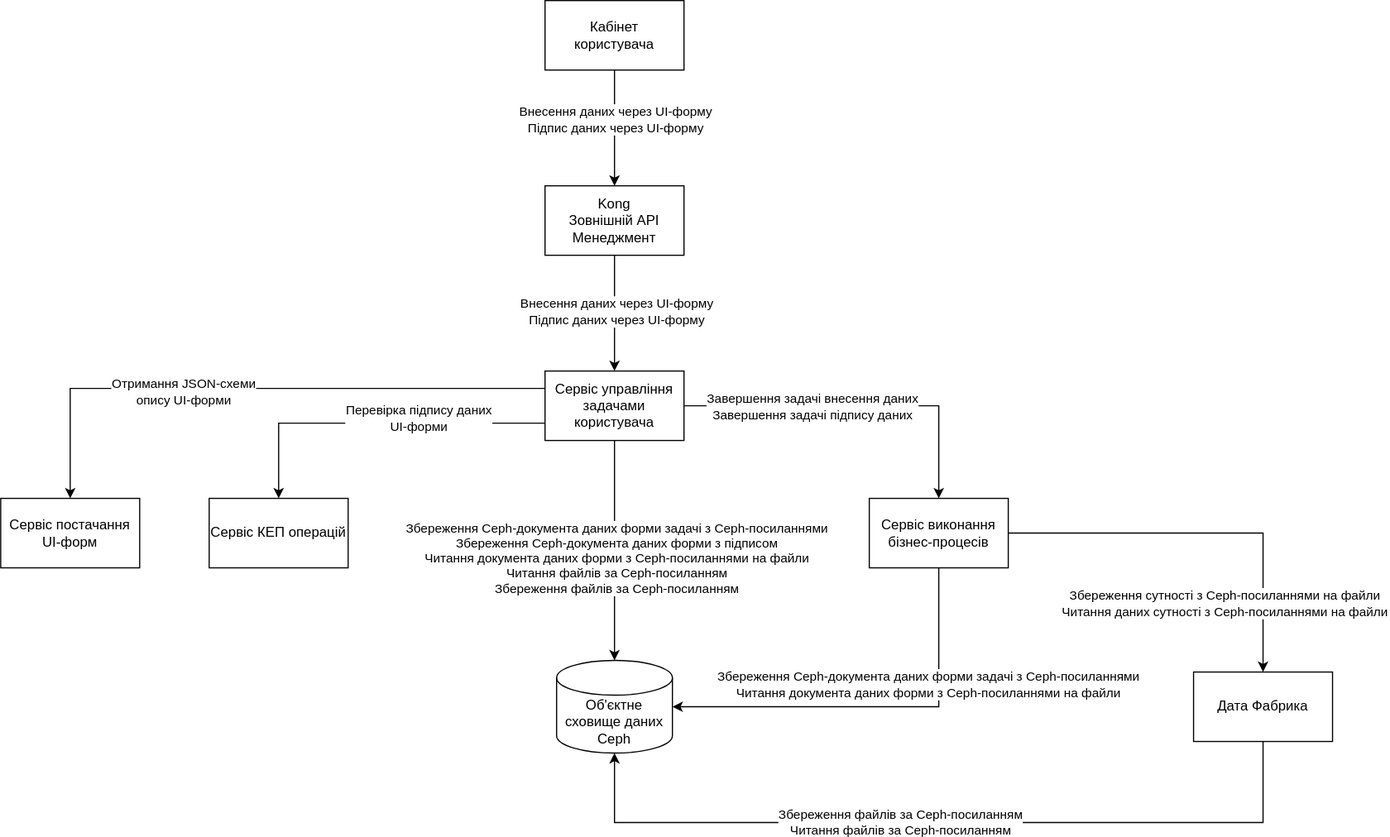
epam/edp-ddm-architecture keeps this draw.io diagram as modules/ROOT/images/lowcode/file-management.svg. Above is the earlier version. Source tidied: cells renumbered, new cells last; positions are measured from the earlier drawing's top-left corner, leaving out a move shared by most shapes. The source it was exported from:
```xml
<mxGraphModel>
  <root>
    <mxCell id="0" />
    <mxCell id="1" parent="0" />
    <mxCell id="2" style="edgeStyle=orthogonalEdgeStyle;rounded=0;sketch=0;jumpStyle=arc;jumpSize=14;jettySize=auto;html=1;shadow=0;exitX=1;exitY=0.5;exitDx=0;exitDy=0;" parent="1" edge="1" source="6" target="27">
      <mxGeometry relative="1" as="geometry" />
    </mxCell>
    <mxCell id="3" value="Збереження сутності з Ceph-посиланнями на файли&lt;br&gt;Читання даних сутності з Ceph-посиланнями на файли" style="edgeLabel;html=1;align=center;verticalAlign=middle;" parent="2" vertex="1">
      <mxGeometry x="-0.08" y="1" relative="1" as="geometry">
        <mxPoint x="30" y="61" as="offset" />
      </mxGeometry>
    </mxCell>
    <mxCell id="4" style="edgeStyle=orthogonalEdgeStyle;rounded=0;sketch=0;jumpStyle=arc;jumpSize=14;jettySize=auto;html=1;entryX=1;entryY=0.5;entryDx=0;entryDy=0;entryPerimeter=0;shadow=0;exitX=0.5;exitY=1;exitDx=0;exitDy=0;" parent="1" edge="1" source="6" target="13">
      <mxGeometry relative="1" as="geometry" />
    </mxCell>
    <mxCell id="5" value="Збереження Ceph-документа даних форми задачі з Ceph-посиланнями&lt;br&gt;Читання документа даних форми з Ceph-посиланнями на файли" style="edgeLabel;html=1;align=center;verticalAlign=middle;" parent="4" vertex="1">
      <mxGeometry x="0.18" y="-2" relative="1" as="geometry">
        <mxPoint x="76" y="-18" as="offset" />
      </mxGeometry>
    </mxCell>
    <mxCell id="6" value="Сервіс виконання бізнес-процесів" style="rounded=0;whiteSpace=wrap;html=1;fontColor=#000000;" parent="1" vertex="1">
      <mxGeometry x="750" y="430" width="120" height="60" as="geometry" />
    </mxCell>
    <mxCell id="7" style="edgeStyle=orthogonalEdgeStyle;rounded=0;sketch=0;jumpStyle=arc;jumpSize=14;jettySize=auto;html=1;shadow=0;" parent="1" edge="1" source="9" target="23">
      <mxGeometry relative="1" as="geometry" />
    </mxCell>
    <mxCell id="8" value="Внесення даних через UI-форму&lt;br&gt;Підпис даних через UI-форму" style="edgeLabel;html=1;align=center;verticalAlign=middle;" parent="7" vertex="1">
      <mxGeometry x="-0.04" y="1" relative="1" as="geometry" />
    </mxCell>
    <mxCell id="9" value="Kong&lt;br&gt;Зовнішній API Менеджмент" style="rounded=0;whiteSpace=wrap;html=1;fontColor=#000000;" parent="1" vertex="1">
      <mxGeometry x="470" y="160" width="120" height="60" as="geometry" />
    </mxCell>
    <mxCell id="10" style="edgeStyle=orthogonalEdgeStyle;rounded=0;sketch=0;jumpStyle=arc;jumpSize=6;jettySize=auto;html=1;shadow=0;" parent="1" edge="1" source="12" target="9">
      <mxGeometry relative="1" as="geometry" />
    </mxCell>
    <mxCell id="11" value="Внесення даних через UI-форму&lt;br&gt;Підпис даних через UI-форму" style="edgeLabel;html=1;align=center;verticalAlign=middle;" parent="10" vertex="1">
      <mxGeometry x="-0.16" relative="1" as="geometry" />
    </mxCell>
    <mxCell id="12" value="Кабінет &lt;br&gt;користувача" style="rounded=0;whiteSpace=wrap;html=1;fontColor=#000000;" parent="1" vertex="1">
      <mxGeometry x="470" width="120" height="60" as="geometry" />
    </mxCell>
    <mxCell id="13" value="Об'єктне сховище даних&lt;br&gt;Ceph" style="shape=cylinder3;whiteSpace=wrap;html=1;boundedLbl=1;backgroundOutline=1;size=15;fontColor=#000000;" parent="1" vertex="1">
      <mxGeometry x="480" y="570" width="100" height="80" as="geometry" />
    </mxCell>
    <mxCell id="14" value="Сервіс постачання UI-форм" style="rounded=0;whiteSpace=wrap;html=1;fontColor=#000000;" parent="1" vertex="1">
      <mxGeometry y="430" width="120" height="60" as="geometry" />
    </mxCell>
    <mxCell id="15" style="edgeStyle=orthogonalEdgeStyle;rounded=0;sketch=0;jumpStyle=arc;jumpSize=14;jettySize=auto;html=1;shadow=0;exitX=0;exitY=0.25;exitDx=0;exitDy=0;" parent="1" edge="1" source="23" target="14">
      <mxGeometry relative="1" as="geometry" />
    </mxCell>
    <mxCell id="16" value="Отримання JSON-схеми&lt;br&gt;опису UI-форми" style="edgeLabel;html=1;align=center;verticalAlign=middle;" parent="15" vertex="1">
      <mxGeometry x="-0.03" y="2" relative="1" as="geometry">
        <mxPoint x="-68" as="offset" />
      </mxGeometry>
    </mxCell>
    <mxCell id="17" style="edgeStyle=orthogonalEdgeStyle;rounded=0;sketch=0;jumpStyle=arc;jumpSize=14;jettySize=auto;html=1;shadow=0;exitX=0;exitY=0.75;exitDx=0;exitDy=0;" parent="1" edge="1" source="23" target="24">
      <mxGeometry relative="1" as="geometry" />
    </mxCell>
    <mxCell id="18" value="Перевірка підпису даних&lt;br&gt;UI-форми" style="edgeLabel;html=1;align=center;verticalAlign=middle;" parent="17" vertex="1">
      <mxGeometry x="-0.13" y="-1" relative="1" as="geometry">
        <mxPoint x="18" y="-4" as="offset" />
      </mxGeometry>
    </mxCell>
    <mxCell id="19" style="edgeStyle=orthogonalEdgeStyle;rounded=0;sketch=0;jumpStyle=arc;jumpSize=14;jettySize=auto;html=1;entryX=0.5;entryY=0;entryDx=0;entryDy=0;entryPerimeter=0;shadow=0;" parent="1" edge="1" source="23" target="13">
      <mxGeometry relative="1" as="geometry" />
    </mxCell>
    <mxCell id="20" value="Збереження Ceph-документа даних форми задачі з Ceph-посиланнями&lt;br&gt;Збереження Ceph-документа даних форми з підписом&lt;br&gt;Читання документа даних форми з Ceph-посиланнями на файли&lt;br&gt;Читання файлів за Ceph-посиланням&lt;br&gt;Збереження файлів за Ceph-посиланням" style="edgeLabel;html=1;align=center;verticalAlign=middle;" parent="19" vertex="1">
      <mxGeometry x="0.06" y="1" relative="1" as="geometry" />
    </mxCell>
    <mxCell id="21" style="edgeStyle=orthogonalEdgeStyle;rounded=0;sketch=0;jumpStyle=arc;jumpSize=14;jettySize=auto;html=1;shadow=0;exitX=1;exitY=0.5;exitDx=0;exitDy=0;" parent="1" edge="1" source="23" target="6">
      <mxGeometry relative="1" as="geometry" />
    </mxCell>
    <mxCell id="22" value="Завершення задачі внесення даних&lt;br&gt;Завершення задачі підпису даних" style="edgeLabel;html=1;align=center;verticalAlign=middle;" parent="21" vertex="1">
      <mxGeometry x="0.32" y="-1" relative="1" as="geometry">
        <mxPoint x="-88" y="-1" as="offset" />
      </mxGeometry>
    </mxCell>
    <mxCell id="23" value="Сервіс управління задачами користувача" style="rounded=0;whiteSpace=wrap;html=1;fontColor=#000000;" parent="1" vertex="1">
      <mxGeometry x="470" y="320" width="120" height="60" as="geometry" />
    </mxCell>
    <mxCell id="24" value="Сервіс КЕП операцій" style="rounded=0;whiteSpace=wrap;html=1;fontColor=#000000;" parent="1" vertex="1">
      <mxGeometry x="180" y="430" width="120" height="60" as="geometry" />
    </mxCell>
    <mxCell id="25" style="edgeStyle=orthogonalEdgeStyle;rounded=0;sketch=0;jumpStyle=arc;jumpSize=14;jettySize=auto;html=1;entryX=0.5;entryY=1;entryDx=0;entryDy=0;entryPerimeter=0;shadow=0;exitX=0.5;exitY=1;exitDx=0;exitDy=0;" parent="1" edge="1" source="27" target="13">
      <mxGeometry relative="1" as="geometry">
        <Array as="points">
          <mxPoint x="1090" y="710" />
          <mxPoint x="530" y="710" />
        </Array>
      </mxGeometry>
    </mxCell>
    <mxCell id="26" value="Збереження файлів за Ceph-посиланням&lt;br&gt;Читання файлів за Ceph-посиланням" style="edgeLabel;html=1;align=center;verticalAlign=middle;" parent="25" vertex="1">
      <mxGeometry x="0.11" y="-1" relative="1" as="geometry" />
    </mxCell>
    <mxCell id="27" value="Дата Фабрика" style="rounded=0;whiteSpace=wrap;html=1;fontColor=#000000;" parent="1" vertex="1">
      <mxGeometry x="1030" y="580" width="120" height="60" as="geometry" />
    </mxCell>
  </root>
</mxGraphModel>
```
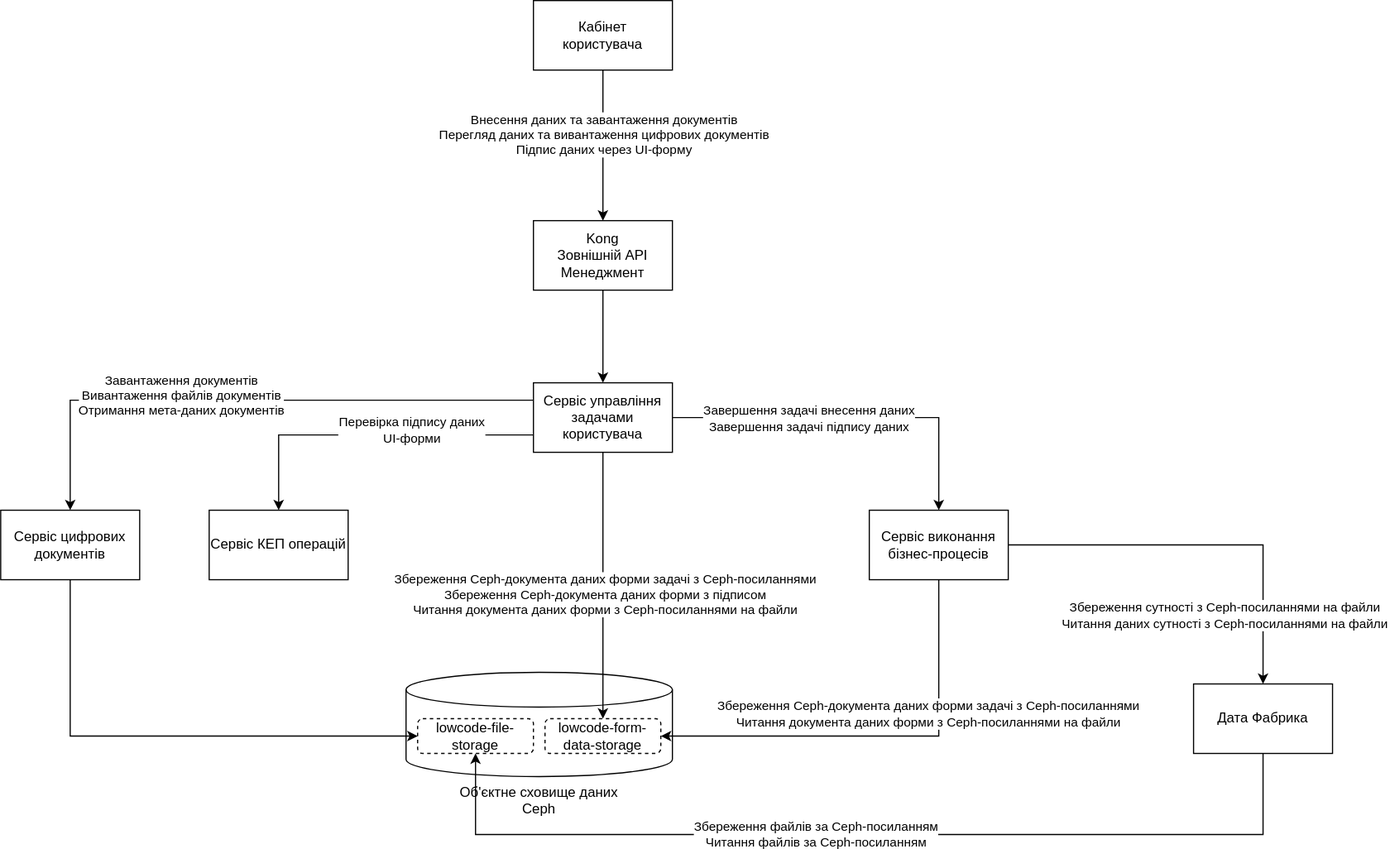
The same diagram one commit later.

What changed in the source:
```diff
@@ -10,47 +10,43 @@
         <mxPoint x="30" y="61" as="offset" />
       </mxGeometry>
     </mxCell>
-    <mxCell id="4" style="edgeStyle=orthogonalEdgeStyle;rounded=0;sketch=0;jumpStyle=arc;jumpSize=14;jettySize=auto;html=1;entryX=1;entryY=0.5;entryDx=0;entryDy=0;entryPerimeter=0;shadow=0;exitX=0.5;exitY=1;exitDx=0;exitDy=0;" parent="1" edge="1" source="6" target="13">
-      <mxGeometry relative="1" as="geometry" />
-    </mxCell>
-    <mxCell id="5" value="Збереження Ceph-документа даних форми задачі з Ceph-посиланнями&lt;br&gt;Читання документа даних форми з Ceph-посиланнями на файли" style="edgeLabel;html=1;align=center;verticalAlign=middle;" parent="4" vertex="1">
-      <mxGeometry x="0.18" y="-2" relative="1" as="geometry">
-        <mxPoint x="76" y="-18" as="offset" />
-      </mxGeometry>
-    </mxCell>
     <mxCell id="6" value="Сервіс виконання бізнес-процесів" style="rounded=0;whiteSpace=wrap;html=1;fontColor=#000000;" parent="1" vertex="1">
       <mxGeometry x="750" y="430" width="120" height="60" as="geometry" />
     </mxCell>
     <mxCell id="7" style="edgeStyle=orthogonalEdgeStyle;rounded=0;sketch=0;jumpStyle=arc;jumpSize=14;jettySize=auto;html=1;shadow=0;" parent="1" edge="1" source="9" target="23">
       <mxGeometry relative="1" as="geometry" />
     </mxCell>
-    <mxCell id="8" value="Внесення даних через UI-форму&lt;br&gt;Підпис даних через UI-форму" style="edgeLabel;html=1;align=center;verticalAlign=middle;" parent="7" vertex="1">
-      <mxGeometry x="-0.04" y="1" relative="1" as="geometry" />
-    </mxCell>
     <mxCell id="9" value="Kong&lt;br&gt;Зовнішній API Менеджмент" style="rounded=0;whiteSpace=wrap;html=1;fontColor=#000000;" parent="1" vertex="1">
-      <mxGeometry x="470" y="160" width="120" height="60" as="geometry" />
+      <mxGeometry x="460" y="180" width="120" height="60" as="geometry" />
     </mxCell>
-    <mxCell id="10" style="edgeStyle=orthogonalEdgeStyle;rounded=0;sketch=0;jumpStyle=arc;jumpSize=6;jettySize=auto;html=1;shadow=0;" parent="1" edge="1" source="12" target="9">
+    <mxCell id="10" style="edgeStyle=orthogonalEdgeStyle;rounded=0;sketch=0;jumpStyle=arc;jumpSize=6;jettySize=auto;html=1;shadow=0;exitX=0.5;exitY=1;exitDx=0;exitDy=0;" parent="1" edge="1" source="12" target="9">
       <mxGeometry relative="1" as="geometry" />
     </mxCell>
-    <mxCell id="11" value="Внесення даних через UI-форму&lt;br&gt;Підпис даних через UI-форму" style="edgeLabel;html=1;align=center;verticalAlign=middle;" parent="10" vertex="1">
+    <mxCell id="11" value="Внесення даних та завантаження документів&lt;br&gt;Перегляд даних та вивантаження цифрових документів&lt;br&gt;Підпис даних через UI-форму" style="edgeLabel;html=1;align=center;verticalAlign=middle;" parent="10" vertex="1">
       <mxGeometry x="-0.16" relative="1" as="geometry" />
     </mxCell>
     <mxCell id="12" value="Кабінет &lt;br&gt;користувача" style="rounded=0;whiteSpace=wrap;html=1;fontColor=#000000;" parent="1" vertex="1">
-      <mxGeometry x="470" width="120" height="60" as="geometry" />
+      <mxGeometry x="460" y="-10" width="120" height="60" as="geometry" />
     </mxCell>
-    <mxCell id="13" value="Об'єктне сховище даних&lt;br&gt;Ceph" style="shape=cylinder3;whiteSpace=wrap;html=1;boundedLbl=1;backgroundOutline=1;size=15;fontColor=#000000;" parent="1" vertex="1">
-      <mxGeometry x="480" y="570" width="100" height="80" as="geometry" />
+    <mxCell id="13" value="Об'єктне сховище даних&lt;br&gt;Ceph" style="shape=cylinder3;whiteSpace=wrap;html=1;boundedLbl=1;backgroundOutline=1;size=15;fontColor=#000000;verticalAlign=top;labelPosition=center;verticalLabelPosition=bottom;align=center;" parent="1" vertex="1">
+      <mxGeometry x="350" y="570" width="230" height="90" as="geometry" />
     </mxCell>
+    <mxCell id="28" style="edgeStyle=orthogonalEdgeStyle;rounded=0;jettySize=auto;html=1;entryX=0;entryY=0.5;entryDx=0;entryDy=0;" parent="1" edge="1" source="14" target="29">
+      <mxGeometry relative="1" as="geometry">
+        <Array as="points">
+          <mxPoint x="60" y="625" />
+        </Array>
+      </mxGeometry>
+    </mxCell>
-    <mxCell id="14" value="Сервіс постачання UI-форм" style="rounded=0;whiteSpace=wrap;html=1;fontColor=#000000;" parent="1" vertex="1">
+    <mxCell id="14" value="Сервіс цифрових документів" style="rounded=0;whiteSpace=wrap;html=1;fontColor=#000000;" parent="1" vertex="1">
       <mxGeometry y="430" width="120" height="60" as="geometry" />
     </mxCell>
     <mxCell id="15" style="edgeStyle=orthogonalEdgeStyle;rounded=0;sketch=0;jumpStyle=arc;jumpSize=14;jettySize=auto;html=1;shadow=0;exitX=0;exitY=0.25;exitDx=0;exitDy=0;" parent="1" edge="1" source="23" target="14">
       <mxGeometry relative="1" as="geometry" />
     </mxCell>
-    <mxCell id="16" value="Отримання JSON-схеми&lt;br&gt;опису UI-форми" style="edgeLabel;html=1;align=center;verticalAlign=middle;" parent="15" vertex="1">
+    <mxCell id="16" value="Завантаження документів&lt;br&gt;Вивантаження файлів документів&lt;br&gt;Отримання мета-даних документів" style="edgeLabel;html=1;align=center;verticalAlign=middle;" parent="15" vertex="1">
       <mxGeometry x="-0.03" y="2" relative="1" as="geometry">
-        <mxPoint x="-68" as="offset" />
+        <mxPoint x="-65" y="-7" as="offset" />
       </mxGeometry>
     </mxCell>
     <mxCell id="17" style="edgeStyle=orthogonalEdgeStyle;rounded=0;sketch=0;jumpStyle=arc;jumpSize=14;jettySize=auto;html=1;shadow=0;exitX=0;exitY=0.75;exitDx=0;exitDy=0;" parent="1" edge="1" source="23" target="24">
@@ -61,10 +57,10 @@
         <mxPoint x="18" y="-4" as="offset" />
       </mxGeometry>
     </mxCell>
-    <mxCell id="19" style="edgeStyle=orthogonalEdgeStyle;rounded=0;sketch=0;jumpStyle=arc;jumpSize=14;jettySize=auto;html=1;entryX=0.5;entryY=0;entryDx=0;entryDy=0;entryPerimeter=0;shadow=0;" parent="1" edge="1" source="23" target="13">
+    <mxCell id="19" style="edgeStyle=orthogonalEdgeStyle;rounded=0;sketch=0;jumpStyle=arc;jumpSize=14;jettySize=auto;html=1;shadow=0;" parent="1" edge="1" source="23" target="30">
       <mxGeometry relative="1" as="geometry" />
     </mxCell>
-    <mxCell id="20" value="Збереження Ceph-документа даних форми задачі з Ceph-посиланнями&lt;br&gt;Збереження Ceph-документа даних форми з підписом&lt;br&gt;Читання документа даних форми з Ceph-посиланнями на файли&lt;br&gt;Читання файлів за Ceph-посиланням&lt;br&gt;Збереження файлів за Ceph-посиланням" style="edgeLabel;html=1;align=center;verticalAlign=middle;" parent="19" vertex="1">
+    <mxCell id="20" value="Збереження Ceph-документа даних форми задачі з Ceph-посиланнями&lt;br&gt;Збереження Ceph-документа даних форми з підписом&lt;br&gt;Читання документа даних форми з Ceph-посиланнями на файли" style="edgeLabel;html=1;align=center;verticalAlign=middle;" parent="19" vertex="1">
       <mxGeometry x="0.06" y="1" relative="1" as="geometry" />
     </mxCell>
     <mxCell id="21" style="edgeStyle=orthogonalEdgeStyle;rounded=0;sketch=0;jumpStyle=arc;jumpSize=14;jettySize=auto;html=1;shadow=0;exitX=1;exitY=0.5;exitDx=0;exitDy=0;" parent="1" edge="1" source="23" target="6">
@@ -76,16 +72,16 @@
       </mxGeometry>
     </mxCell>
     <mxCell id="23" value="Сервіс управління задачами користувача" style="rounded=0;whiteSpace=wrap;html=1;fontColor=#000000;" parent="1" vertex="1">
-      <mxGeometry x="470" y="320" width="120" height="60" as="geometry" />
+      <mxGeometry x="460" y="320" width="120" height="60" as="geometry" />
     </mxCell>
     <mxCell id="24" value="Сервіс КЕП операцій" style="rounded=0;whiteSpace=wrap;html=1;fontColor=#000000;" parent="1" vertex="1">
       <mxGeometry x="180" y="430" width="120" height="60" as="geometry" />
     </mxCell>
-    <mxCell id="25" style="edgeStyle=orthogonalEdgeStyle;rounded=0;sketch=0;jumpStyle=arc;jumpSize=14;jettySize=auto;html=1;entryX=0.5;entryY=1;entryDx=0;entryDy=0;entryPerimeter=0;shadow=0;exitX=0.5;exitY=1;exitDx=0;exitDy=0;" parent="1" edge="1" source="27" target="13">
+    <mxCell id="25" style="edgeStyle=orthogonalEdgeStyle;rounded=0;sketch=0;jumpStyle=arc;jumpSize=14;jettySize=auto;html=1;entryX=0.5;entryY=1;entryDx=0;entryDy=0;shadow=0;exitX=0.5;exitY=1;exitDx=0;exitDy=0;" parent="1" edge="1" source="27" target="29">
       <mxGeometry relative="1" as="geometry">
         <Array as="points">
           <mxPoint x="1090" y="710" />
-          <mxPoint x="530" y="710" />
+          <mxPoint x="410" y="710" />
         </Array>
       </mxGeometry>
     </mxCell>
@@ -95,5 +91,19 @@
     <mxCell id="27" value="Дата Фабрика" style="rounded=0;whiteSpace=wrap;html=1;fontColor=#000000;" parent="1" vertex="1">
       <mxGeometry x="1030" y="580" width="120" height="60" as="geometry" />
     </mxCell>
+    <mxCell id="29" value="lowcode-file-storage" style="rounded=1;whiteSpace=wrap;html=1;verticalAlign=middle;dashed=1;" parent="1" vertex="1">
+      <mxGeometry x="360" y="610" width="100" height="30" as="geometry" />
+    </mxCell>
+    <mxCell id="30" value="lowcode-form-data-storage" style="rounded=1;whiteSpace=wrap;html=1;verticalAlign=middle;dashed=1;" parent="1" vertex="1">
+      <mxGeometry x="470" y="610" width="100" height="30" as="geometry" />
+    </mxCell>
+    <mxCell id="4" style="edgeStyle=orthogonalEdgeStyle;rounded=0;sketch=0;jumpStyle=arc;jumpSize=14;jettySize=auto;html=1;entryX=1;entryY=0.5;entryDx=0;entryDy=0;shadow=0;exitX=0.5;exitY=1;exitDx=0;exitDy=0;" parent="1" edge="1" source="6" target="30">
+      <mxGeometry relative="1" as="geometry" />
+    </mxCell>
+    <mxCell id="5" value="Збереження Ceph-документа даних форми задачі з Ceph-посиланнями&lt;br&gt;Читання документа даних форми з Ceph-посиланнями на файли" style="edgeLabel;html=1;align=center;verticalAlign=middle;" parent="4" vertex="1">
+      <mxGeometry x="0.18" y="-2" relative="1" as="geometry">
+        <mxPoint x="76" y="-18" as="offset" />
+      </mxGeometry>
+    </mxCell>
   </root>
 </mxGraphModel>
```
